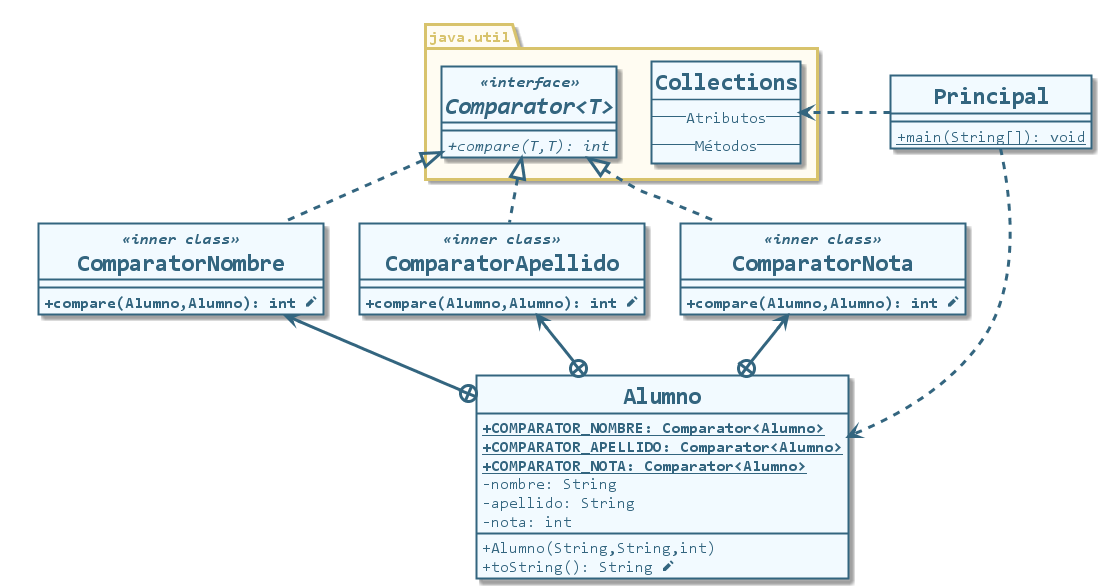
Earlier version of the PlantUML export src/uml/clases-comparator-java.png (CharlyCimino/comparator-java).
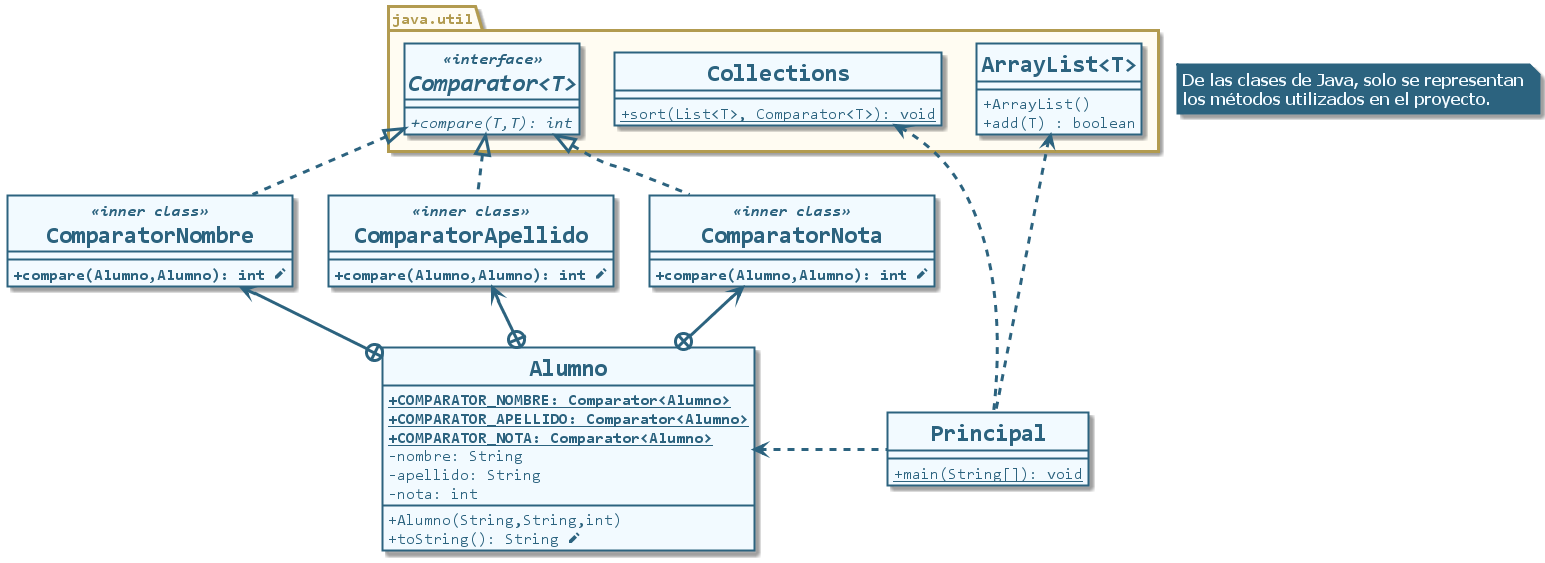
After the commit.

The edit, as a diff of the source:
```diff
@@ -1,62 +1,16 @@
 @startuml clases-comparator-java
-skinparam BackgroundColor transparent
-skinparam DefaultFontName Consolas
-skinparam genericDisplay old
-
-skinparam class {
-    BackgroundColor #f2faff
-    BorderColor #33657f
-    FontColor #33657f
-    FontStyle Bold
-    FontSize 24
-    BorderThickness 2
-    AttributeIconSize 0
-    AttributeFontColor #33657f
-    AttributeFontSize 16
-    AttributeFontStyle Regular
-    StereotypeFontColor #33657f
-    StereotypeFontSize 16
-    StereotypeFontStyle Italic Bold
-}
-
-skinparam package {
-    BackgroundColor #fffcf2
-    BorderColor #d8c36c
-    FontColor #d8c36c
-    FontStyle Bold
-	FontSize 16
-    BorderThickness 3
-}
-
-skinparam note {
-    BackgroundColor #4182a3
-    BorderColor #4182a3
-    BorderThickness 2
-    FontColor #f2faff
-    FontName Tahoma
-    FontSize 16
-    FontStyle Bold
-}
-
-skinparam arrow {
-    Color #33657f
-    Thickness 3
-    FontColor #33657f
-    FontSize 16
-}
-
-hide circle
-class Principal {
-    {static} + main(String[]): void
-}
-
+!include headers/estilo.plantuml
+!include headers/main.plantuml
+!include headers/omisiones.plantuml
 
 package java.util {
     class Collections {
-        --Atributos--
-        --Métodos--
-    }
-
+		{static} + sort(List<T>, Comparator<T>): void
+	}
+	class ArrayList<T> {
+		+ ArrayList()
+		+ add(T) : boolean
+	}
     interface Comparator<T> <<interface>> {
         {abstract} + compare(T,T): int
     }
@@ -96,6 +50,7 @@
 Alumno +-up-> ComparatorNombre
 Alumno +-up-> ComparatorApellido
 Alumno +-up-> ComparatorNota
-Principal .right.> Alumno
-Principal .right.> Collections
+Principal .left.> Alumno
+Principal .left.> Collections
+Principal .up.> ArrayList
 @enduml
```
